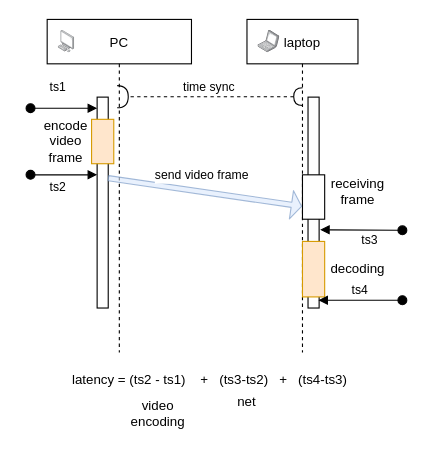
This is MeasureLatency.drawio from j0k/diagrams, a draw.io file, before an edit. Source tidied: cells renumbered, new cells numbered last; positions are measured from the earlier drawing's top-left corner, leaving out a move shared by most shapes. Both pictures are drawn from the tidied source at 111%, with x=0, y=0 at pixel (30, 19).
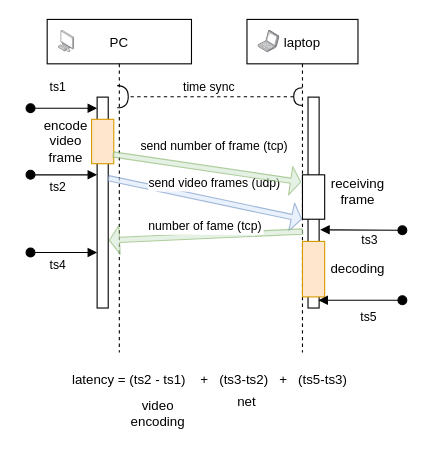
Above is the later version.

Unchanged cells that the change refers to:
```xml
<mxCell id="2" value="PC" style="shape=umlLifeline;perimeter=lifelinePerimeter;rounded=0;shadow=0;strokeWidth=1;" parent="1" vertex="1">
  <mxGeometry x="15" width="130" height="300" as="geometry" />
</mxCell>
<mxCell id="3" style="points=[];perimeter=orthogonalPerimeter;rounded=0;shadow=0;strokeWidth=1;" parent="2" vertex="1">
  <mxGeometry x="45" y="70" width="10" height="190" as="geometry" />
</mxCell>
<mxCell id="6" style="points=[];perimeter=orthogonalPerimeter;rounded=0;shadow=0;strokeWidth=1;fillColor=#ffe6cc;strokeColor=#d79b00;" parent="2" vertex="1">
  <mxGeometry x="40" y="90" width="20" height="40" as="geometry" />
</mxCell>
<mxCell id="9" value="laptop" style="shape=umlLifeline;perimeter=lifelinePerimeter;rounded=0;shadow=0;strokeWidth=1;" parent="1" vertex="1">
  <mxGeometry x="195" width="100" height="300" as="geometry" />
</mxCell>
<mxCell id="12" style="points=[];perimeter=orthogonalPerimeter;rounded=0;shadow=0;strokeWidth=1;" parent="9" vertex="1">
  <mxGeometry x="50" y="140" width="20" height="40" as="geometry" />
</mxCell>
<mxCell id="13" style="points=[];perimeter=orthogonalPerimeter;rounded=0;shadow=0;strokeWidth=1;fillColor=#ffe6cc;strokeColor=#d79b00;" parent="9" vertex="1">
  <mxGeometry x="50" y="200" width="20" height="50" as="geometry" />
</mxCell>
```

What changed in the source:
```diff
@@
+    <mxCell id="23" value="ts4" style="verticalAlign=bottom;startArrow=oval;endArrow=block;startSize=8;shadow=0;strokeWidth=1;" parent="2" edge="1">
+      <mxGeometry x="-0.17" y="-20" relative="1" as="geometry">
+        <mxPoint x="-15" y="210" as="sourcePoint" />
+        <mxPoint x="45" y="210" as="targetPoint" />
+      </mxGeometry>
+    </mxCell>
@@
-    <mxCell id="15" value="send video frame" style="verticalAlign=bottom;endArrow=block;shadow=0;strokeWidth=1;exitX=0.968;exitY=0.384;exitDx=0;exitDy=0;exitPerimeter=0;shape=flexArrow;endSize=2.7333333333333334;opacity=60;startSize=1;width=4.761904761904762;entryX=-0.016;entryY=0.71;entryDx=0;entryDy=0;entryPerimeter=0;fillColor=#dae8fc;strokeColor=#6c8ebf;" parent="1" edge="1" source="3" target="12">
-      <mxGeometry x="-0.04" y="6" relative="1" as="geometry" />
+    <mxCell id="15" value="send video frames (udp)" style="verticalAlign=bottom;endArrow=block;shadow=0;strokeWidth=1;exitX=0.968;exitY=0.384;exitDx=0;exitDy=0;exitPerimeter=0;shape=flexArrow;endSize=2.7333333333333334;opacity=60;startSize=1;width=4.761904761904762;entryX=0.497;entryY=0.6;entryDx=0;entryDy=0;entryPerimeter=0;fillColor=#dae8fc;strokeColor=#6c8ebf;" parent="1" edge="1" source="3" target="9">
+      <mxGeometry x="0.08" y="7" relative="1" as="geometry" />
     </mxCell>
@@
-    <mxCell id="17" value="latency = (ts2 - ts1)&amp;nbsp; &amp;nbsp; +&amp;nbsp; &amp;nbsp;(ts3-ts2)&amp;nbsp; &amp;nbsp;+&amp;nbsp; &amp;nbsp;(ts4-ts3)&amp;nbsp;&amp;nbsp;" style="text;html=1;strokeColor=none;fillColor=none;align=center;verticalAlign=middle;whiteSpace=wrap;rounded=0;" parent="1" vertex="1">
+    <mxCell id="17" value="latency = (ts2 - ts1)&amp;nbsp; &amp;nbsp; +&amp;nbsp; &amp;nbsp;(ts3-ts2)&amp;nbsp; &amp;nbsp;+&amp;nbsp; &amp;nbsp;(ts5-ts3)&amp;nbsp;&amp;nbsp;" style="text;html=1;strokeColor=none;fillColor=none;align=center;verticalAlign=middle;whiteSpace=wrap;rounded=0;" parent="1" vertex="1">
       <mxGeometry x="25" y="310" width="280" height="30" as="geometry" />
     </mxCell>
@@
-    <mxCell id="21" value="ts4" style="verticalAlign=bottom;startArrow=oval;endArrow=block;startSize=8;shadow=0;strokeWidth=1;entryX=0.718;entryY=1.059;entryDx=0;entryDy=0;entryPerimeter=0;" parent="1" edge="1" target="13">
-      <mxGeometry relative="1" as="geometry">
+    <mxCell id="21" value="ts5&#10;" style="verticalAlign=bottom;startArrow=oval;endArrow=block;startSize=8;shadow=0;strokeWidth=1;entryX=0.718;entryY=1.059;entryDx=0;entryDy=0;entryPerimeter=0;" parent="1" edge="1" target="13">
+      <mxGeometry x="-0.21" y="37" relative="1" as="geometry">
         <mxPoint x="335" y="253" as="sourcePoint" />
       </mxGeometry>
     </mxCell>
@@
+    <mxCell id="24" value="number of fame (tcp)" style="verticalAlign=bottom;endArrow=block;shadow=0;strokeWidth=1;shape=flexArrow;endSize=2.7333333333333334;opacity=60;startSize=1;width=4.761904761904762;fillColor=#d5e8d4;strokeColor=#82b366;exitX=0.505;exitY=0.637;exitDx=0;exitDy=0;exitPerimeter=0;entryX=1.048;entryY=0.679;entryDx=0;entryDy=0;entryPerimeter=0;" parent="1" edge="1" source="9" target="3">
+      <mxGeometry relative="1" as="geometry" />
+    </mxCell>
+    <mxCell id="25" value="send number of frame (tcp)" style="verticalAlign=bottom;endArrow=block;shadow=0;strokeWidth=1;shape=flexArrow;endSize=2.7333333333333334;opacity=60;startSize=1;width=4.761904761904762;fillColor=#d5e8d4;strokeColor=#82b366;exitX=0.952;exitY=0.79;exitDx=0;exitDy=0;exitPerimeter=0;entryX=0.489;entryY=0.489;entryDx=0;entryDy=0;entryPerimeter=0;" parent="1" edge="1" source="6" target="9">
+      <mxGeometry x="0.06" y="12" relative="1" as="geometry" />
+    </mxCell>
```
